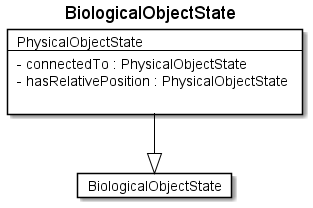
Before: fragments/diagrams/BiologicalObjectState.png, a diagram exported from PlantUML (rtigran/rdf2adoc).
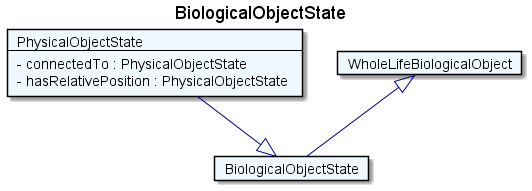
Above is the later version.

The edit, as a diff of the source:
```diff
@@ -1,15 +1,18 @@
 @startuml
 Title BiologicalObjectState
 
-Card BiologicalObjectState #fff [
+Card BiologicalObjectState #F0F8FF [
 BiologicalObjectState
 ]
-Card PhysicalObjectState #fff [
+Card PhysicalObjectState #F0F8FF [
 PhysicalObjectState
 ----
 - connectedTo : PhysicalObjectState
 - hasRelativePosition : PhysicalObjectState
-
 ]
-PhysicalObjectState --|> BiologicalObjectState  #000
+PhysicalObjectState --|> BiologicalObjectState  #00008B
+Card WholeLifeBiologicalObject #F0F8FF [
+WholeLifeBiologicalObject
+]
+WholeLifeBiologicalObject <|-- BiologicalObjectState  #00008B
 @enduml
```
